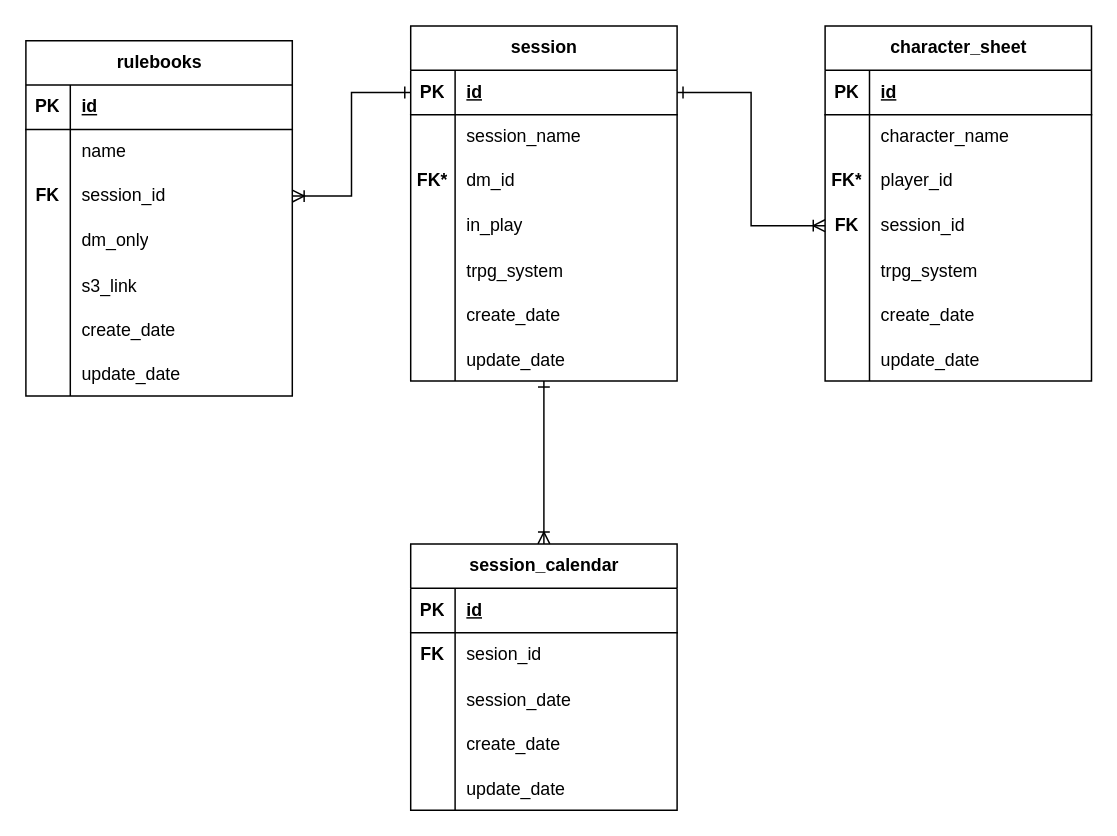
Before: page "RPGTracker - Core" (1 of 4) of databasemodel.drawio in hannaBanannaOF/hbsites-architecture, a draw.io diagram. Source tidied: cells renumbered, new cells numbered last; positions are measured from the earlier drawing's top-left corner, leaving out a move shared by most shapes. Both pictures are drawn from the tidied source at 148%, with x=0, y=0 at pixel (25, 25).
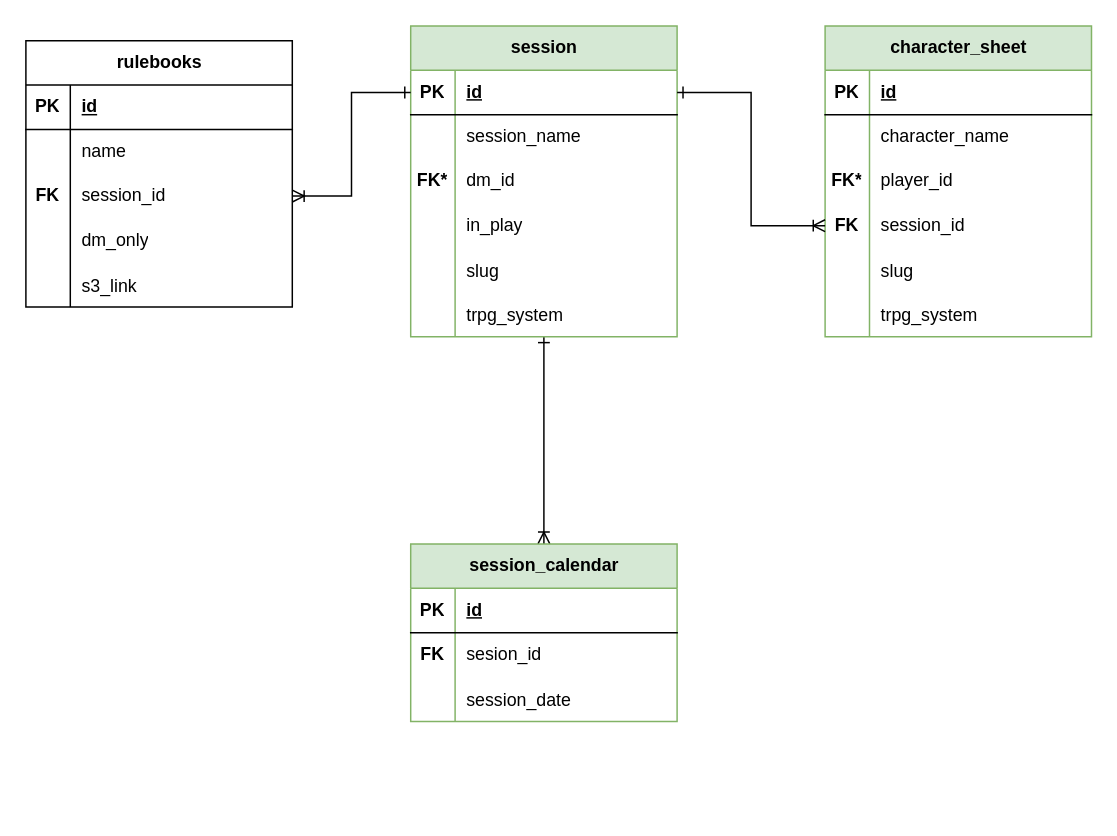
The same diagram, later.

What changed in the source:
```diff
@@
-    <mxCell id="3" value="session" style="shape=table;startSize=30;childLayout=tableLayout;rowLines=0;fontStyle=1;align=center;html=1;" parent="1" vertex="1">
-      <mxGeometry x="260" width="180" height="240" as="geometry" />
+    <mxCell id="3" value="session" style="shape=table;startSize=30;childLayout=tableLayout;rowLines=0;fontStyle=1;align=center;html=1;fillColor=#d5e8d4;strokeColor=#82b366;" parent="1" vertex="1">
+      <mxGeometry x="260" width="180" height="210" as="geometry" />
     </mxCell>
@@
+    <mxCell id="87" style="shape=tableRow;horizontal=0;startSize=0;swimlaneHead=0;swimlaneBody=0;fillColor=none;top=0;left=0;right=0;bottom=0;" parent="3" vertex="1">
+      <mxGeometry y="150" width="180" height="30" as="geometry" />
+    </mxCell>
+    <mxCell id="88" style="shape=partialRectangle;fillColor=none;top=0;left=0;bottom=0;right=0;overflow=hidden;" parent="87" vertex="1">
+      <mxGeometry width="30" height="30" as="geometry" />
+    </mxCell>
+    <mxCell id="89" value="slug" style="shape=partialRectangle;fillColor=none;top=0;left=0;bottom=0;right=0;align=left;spacingLeft=6;overflow=hidden;" parent="87" vertex="1">
+      <mxGeometry x="30" width="150" height="30" as="geometry" />
+    </mxCell>
     <mxCell id="16" style="shape=tableRow;horizontal=0;startSize=0;swimlaneHead=0;swimlaneBody=0;fillColor=none;top=0;left=0;right=0;bottom=0;" parent="3" vertex="1">
-      <mxGeometry y="150" width="180" height="30" as="geometry" />
+      <mxGeometry y="180" width="180" height="30" as="geometry" />
     </mxCell>
@@
-    <mxCell id="19" style="shape=tableRow;horizontal=0;startSize=0;swimlaneHead=0;swimlaneBody=0;fillColor=none;top=0;left=0;right=0;bottom=0;" parent="3" vertex="1">
-      <mxGeometry y="180" width="180" height="30" as="geometry" />
-    </mxCell>
-    <mxCell id="20" style="shape=partialRectangle;fillColor=none;top=0;left=0;bottom=0;right=0;overflow=hidden;" parent="19" vertex="1">
-      <mxGeometry width="30" height="30" as="geometry" />
-    </mxCell>
-    <mxCell id="21" value="create_date" style="shape=partialRectangle;fillColor=none;top=0;left=0;bottom=0;right=0;align=left;spacingLeft=6;overflow=hidden;" parent="19" vertex="1">
-      <mxGeometry x="30" width="150" height="30" as="geometry" />
-    </mxCell>
-    <mxCell id="22" style="shape=tableRow;horizontal=0;startSize=0;swimlaneHead=0;swimlaneBody=0;fillColor=none;top=0;left=0;right=0;bottom=0;" parent="3" vertex="1">
-      <mxGeometry y="210" width="180" height="30" as="geometry" />
-    </mxCell>
-    <mxCell id="23" style="shape=partialRectangle;fillColor=none;top=0;left=0;bottom=0;right=0;overflow=hidden;" parent="22" vertex="1">
-      <mxGeometry width="30" height="30" as="geometry" />
-    </mxCell>
-    <mxCell id="24" value="update_date" style="shape=partialRectangle;fillColor=none;top=0;left=0;bottom=0;right=0;align=left;spacingLeft=6;overflow=hidden;" parent="22" vertex="1">
-      <mxGeometry x="30" width="150" height="30" as="geometry" />
-    </mxCell>
-    <mxCell id="25" value="character_sheet" style="shape=table;startSize=30;childLayout=tableLayout;rowLines=0;fontStyle=1;align=center;html=1;" parent="1" vertex="1">
-      <mxGeometry x="540" width="180" height="240" as="geometry" />
+    <mxCell id="25" value="character_sheet" style="shape=table;startSize=30;childLayout=tableLayout;rowLines=0;fontStyle=1;align=center;html=1;fillColor=#d5e8d4;strokeColor=#82b366;" parent="1" vertex="1">
+      <mxGeometry x="540" width="180" height="210" as="geometry" />
     </mxCell>
@@
+    <mxCell id="90" style="shape=tableRow;horizontal=0;startSize=0;swimlaneHead=0;swimlaneBody=0;fillColor=none;top=0;left=0;right=0;bottom=0;" parent="25" vertex="1">
+      <mxGeometry y="150" width="180" height="30" as="geometry" />
+    </mxCell>
+    <mxCell id="91" style="shape=partialRectangle;fillColor=none;top=0;left=0;bottom=0;right=0;overflow=hidden;" parent="90" vertex="1">
+      <mxGeometry width="30" height="30" as="geometry" />
+    </mxCell>
+    <mxCell id="92" value="slug" style="shape=partialRectangle;fillColor=none;top=0;left=0;bottom=0;right=0;align=left;spacingLeft=6;overflow=hidden;" parent="90" vertex="1">
+      <mxGeometry x="30" width="150" height="30" as="geometry" />
+    </mxCell>
     <mxCell id="38" style="shape=tableRow;horizontal=0;startSize=0;swimlaneHead=0;swimlaneBody=0;fillColor=none;top=0;left=0;right=0;bottom=0;" parent="25" vertex="1">
-      <mxGeometry y="150" width="180" height="30" as="geometry" />
+      <mxGeometry y="180" width="180" height="30" as="geometry" />
     </mxCell>
@@
-    <mxCell id="41" style="shape=tableRow;horizontal=0;startSize=0;swimlaneHead=0;swimlaneBody=0;fillColor=none;top=0;left=0;right=0;bottom=0;" parent="25" vertex="1">
-      <mxGeometry y="180" width="180" height="30" as="geometry" />
-    </mxCell>
-    <mxCell id="42" style="shape=partialRectangle;fillColor=none;top=0;left=0;bottom=0;right=0;overflow=hidden;" parent="41" vertex="1">
-      <mxGeometry width="30" height="30" as="geometry" />
-    </mxCell>
-    <mxCell id="43" value="create_date" style="shape=partialRectangle;fillColor=none;top=0;left=0;bottom=0;right=0;align=left;spacingLeft=6;overflow=hidden;" parent="41" vertex="1">
-      <mxGeometry x="30" width="150" height="30" as="geometry" />
-    </mxCell>
-    <mxCell id="44" style="shape=tableRow;horizontal=0;startSize=0;swimlaneHead=0;swimlaneBody=0;fillColor=none;top=0;left=0;right=0;bottom=0;" parent="25" vertex="1">
-      <mxGeometry y="210" width="180" height="30" as="geometry" />
-    </mxCell>
-    <mxCell id="45" style="shape=partialRectangle;fillColor=none;top=0;left=0;bottom=0;right=0;overflow=hidden;" parent="44" vertex="1">
-      <mxGeometry width="30" height="30" as="geometry" />
-    </mxCell>
-    <mxCell id="46" value="update_date" style="shape=partialRectangle;fillColor=none;top=0;left=0;bottom=0;right=0;align=left;spacingLeft=6;overflow=hidden;" parent="44" vertex="1">
-      <mxGeometry x="30" width="150" height="30" as="geometry" />
-    </mxCell>
@@
     <mxCell id="48" value="rulebooks" style="shape=table;startSize=30;childLayout=tableLayout;rowLines=0;fontStyle=1;align=center;html=1;" parent="1" vertex="1">
-      <mxGeometry y="10" width="180" height="240" as="geometry" />
+      <mxGeometry y="10" width="180" height="180" as="geometry" />
     </mxCell>
@@
-    <mxCell id="64" style="shape=tableRow;horizontal=0;startSize=0;swimlaneHead=0;swimlaneBody=0;fillColor=none;top=0;left=0;right=0;bottom=0;" parent="48" vertex="1">
-      <mxGeometry y="180" width="180" height="30" as="geometry" />
-    </mxCell>
-    <mxCell id="65" style="shape=partialRectangle;fillColor=none;top=0;left=0;bottom=0;right=0;overflow=hidden;" parent="64" vertex="1">
-      <mxGeometry width="30" height="30" as="geometry" />
-    </mxCell>
-    <mxCell id="66" value="create_date" style="shape=partialRectangle;fillColor=none;top=0;left=0;bottom=0;right=0;align=left;spacingLeft=6;overflow=hidden;" parent="64" vertex="1">
-      <mxGeometry x="30" width="150" height="30" as="geometry" />
-    </mxCell>
-    <mxCell id="67" style="shape=tableRow;horizontal=0;startSize=0;swimlaneHead=0;swimlaneBody=0;fillColor=none;top=0;left=0;right=0;bottom=0;" parent="48" vertex="1">
-      <mxGeometry y="210" width="180" height="30" as="geometry" />
-    </mxCell>
-    <mxCell id="68" style="shape=partialRectangle;fillColor=none;top=0;left=0;bottom=0;right=0;overflow=hidden;" parent="67" vertex="1">
-      <mxGeometry width="30" height="30" as="geometry" />
-    </mxCell>
-    <mxCell id="69" value="update_date" style="shape=partialRectangle;fillColor=none;top=0;left=0;bottom=0;right=0;align=left;spacingLeft=6;overflow=hidden;" parent="67" vertex="1">
-      <mxGeometry x="30" width="150" height="30" as="geometry" />
-    </mxCell>
@@
-    <mxCell id="71" value="session_calendar" style="shape=table;startSize=30;childLayout=tableLayout;rowLines=0;fontStyle=1;align=center;html=1;" parent="1" vertex="1">
-      <mxGeometry x="260" y="350" width="180" height="180" as="geometry" />
+    <mxCell id="71" value="session_calendar" style="shape=table;startSize=30;childLayout=tableLayout;rowLines=0;fontStyle=1;align=center;html=1;fillColor=#d5e8d4;strokeColor=#82b366;" parent="1" vertex="1">
+      <mxGeometry x="260" y="350" width="180" height="120" as="geometry" />
     </mxCell>
@@
-    <mxCell id="81" style="shape=tableRow;horizontal=0;startSize=0;swimlaneHead=0;swimlaneBody=0;fillColor=none;top=0;left=0;right=0;bottom=0;" parent="71" vertex="1">
-      <mxGeometry y="120" width="180" height="30" as="geometry" />
-    </mxCell>
-    <mxCell id="82" style="shape=partialRectangle;fillColor=none;top=0;left=0;bottom=0;right=0;overflow=hidden;" parent="81" vertex="1">
-      <mxGeometry width="30" height="30" as="geometry" />
-    </mxCell>
-    <mxCell id="83" value="create_date" style="shape=partialRectangle;fillColor=none;top=0;left=0;bottom=0;right=0;align=left;spacingLeft=6;overflow=hidden;" parent="81" vertex="1">
-      <mxGeometry x="30" width="150" height="30" as="geometry" />
-    </mxCell>
-    <mxCell id="84" style="shape=tableRow;horizontal=0;startSize=0;swimlaneHead=0;swimlaneBody=0;fillColor=none;top=0;left=0;right=0;bottom=0;" parent="71" vertex="1">
-      <mxGeometry y="150" width="180" height="30" as="geometry" />
-    </mxCell>
-    <mxCell id="85" style="shape=partialRectangle;fillColor=none;top=0;left=0;bottom=0;right=0;overflow=hidden;" parent="84" vertex="1">
-      <mxGeometry width="30" height="30" as="geometry" />
-    </mxCell>
-    <mxCell id="86" value="update_date" style="shape=partialRectangle;fillColor=none;top=0;left=0;bottom=0;right=0;align=left;spacingLeft=6;overflow=hidden;" parent="84" vertex="1">
-      <mxGeometry x="30" width="150" height="30" as="geometry" />
-    </mxCell>
```
